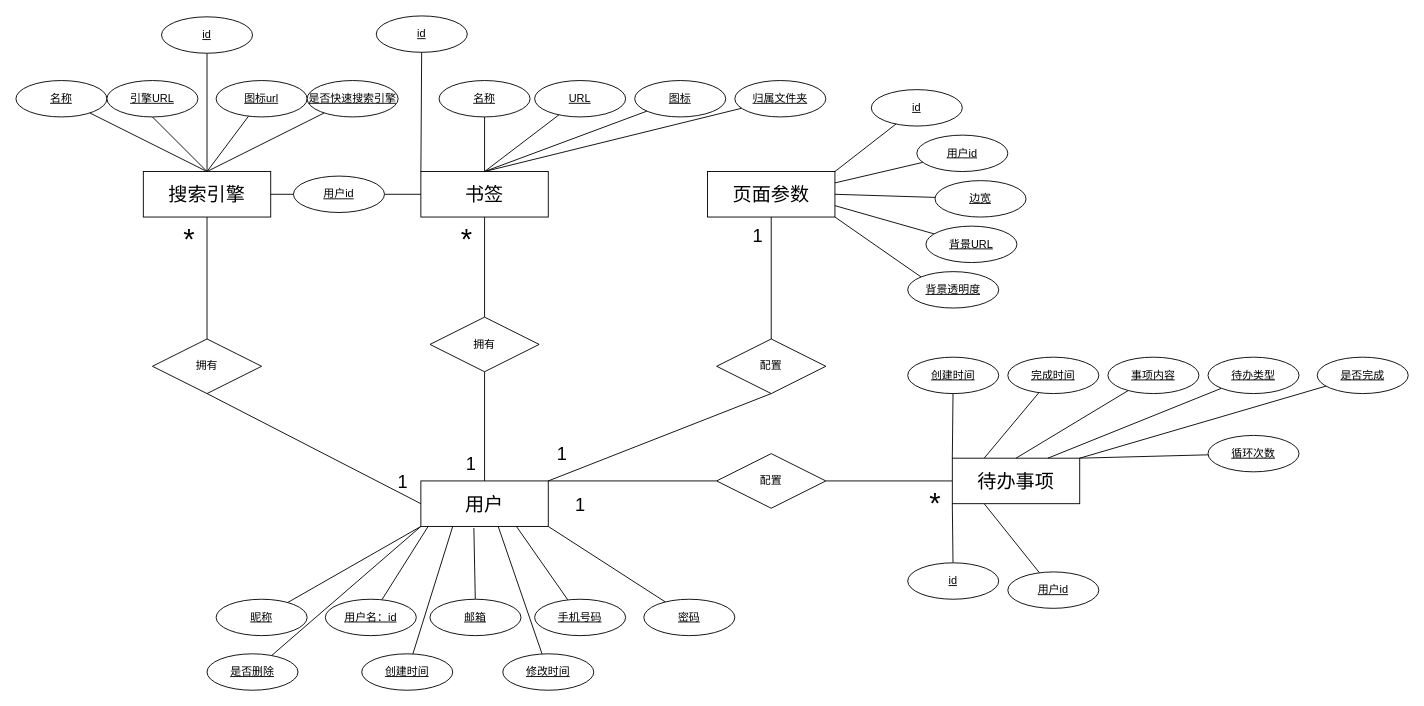
This is mypage数据库的设计图.drawio from yc-2018/yc-page, a draw.io file, before an edit. Source tidied: cells renumbered, new cells numbered last; positions are measured from the earlier drawing's top-left corner, leaving out a move shared by most shapes. Both pictures are drawn from the tidied source at 91%, with x=0, y=0 at pixel (15, 15).
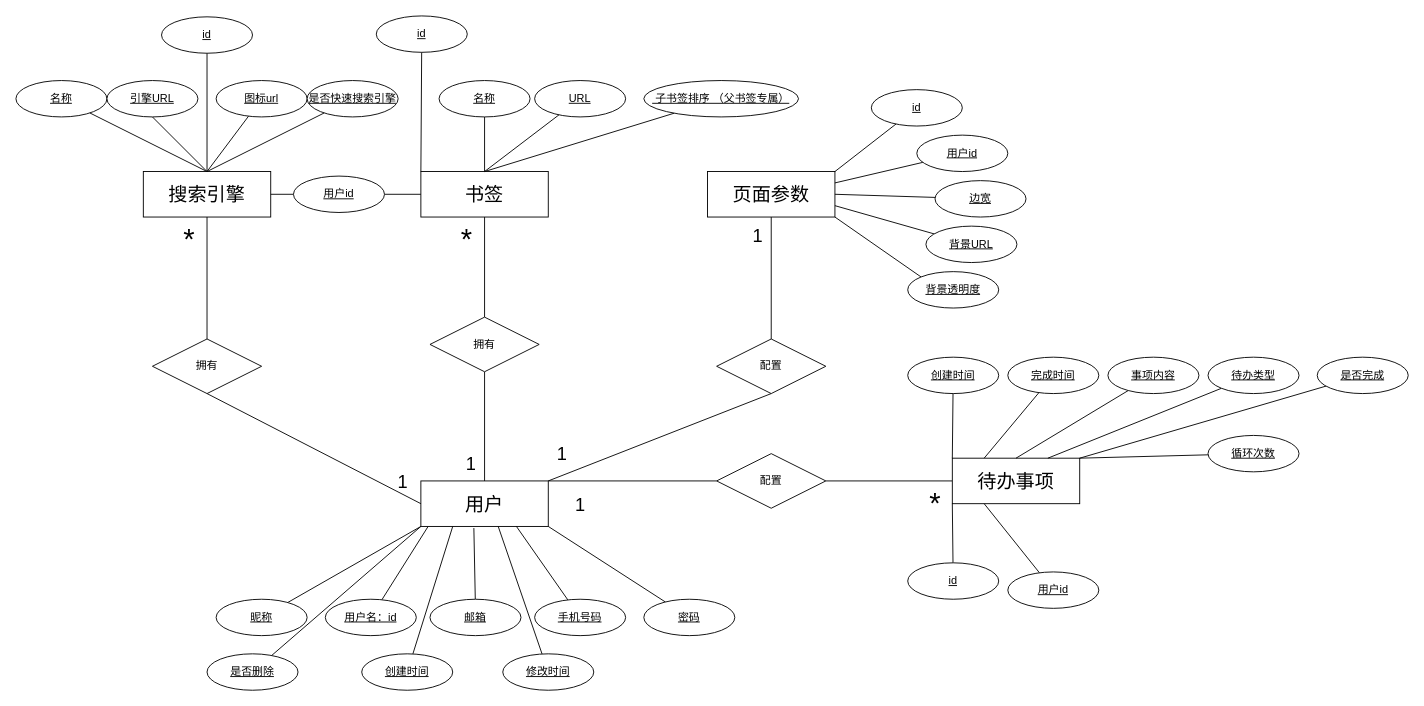
After the change.

Commit message (it also covers changes not shown here):
修改书签类属性

Unchanged cells that the change refers to:
```xml
<mxCell id="2" value="&lt;font style=&quot;font-size: 21px;&quot;&gt;书签&lt;/font&gt;" style="whiteSpace=wrap;html=1;align=center;" parent="1" vertex="1">
  <mxGeometry x="445" y="171" width="140" height="50" as="geometry" />
</mxCell>
```

Diff of the diagram source:
```diff
@@
-    <mxCell id="50" value="图标" style="ellipse;whiteSpace=wrap;html=1;align=center;fontStyle=4;strokeColor=rgb(0, 0, 0);fontFamily=Helvetica;fontSize=12;fontColor=rgb(0, 0, 0);fillColor=rgb(255, 255, 255);" parent="1" vertex="1">
-      <mxGeometry x="680" y="71" width="100" height="40" as="geometry" />
+    <mxCell id="50" value="&amp;nbsp;子书签排序 （父书签专属）" style="ellipse;whiteSpace=wrap;html=1;align=center;fontStyle=4;strokeColor=rgb(0, 0, 0);fontFamily=Helvetica;fontSize=12;fontColor=rgb(0, 0, 0);fillColor=rgb(255, 255, 255);" parent="1" vertex="1">
+      <mxGeometry x="690" y="71" width="170" height="40" as="geometry" />
     </mxCell>
-    <mxCell id="51" style="edgeStyle=none;shape=connector;rounded=0;jettySize=auto;html=1;entryX=0.5;entryY=0;entryDx=0;entryDy=0;labelBackgroundColor=default;strokeColor=default;fontFamily=Helvetica;fontSize=20;fontColor=rgb(0, 0, 0);startArrow=none;startFill=0;endArrow=none;endFill=0;" parent="1" edge="1" source="52" target="2">
-      <mxGeometry relative="1" as="geometry" />
-    </mxCell>
-    <mxCell id="52" value="归属文件夹" style="ellipse;whiteSpace=wrap;html=1;align=center;fontStyle=4;strokeColor=rgb(0, 0, 0);fontFamily=Helvetica;fontSize=12;fontColor=rgb(0, 0, 0);fillColor=rgb(255, 255, 255);" parent="1" vertex="1">
-      <mxGeometry x="790" y="71" width="100" height="40" as="geometry" />
-    </mxCell>
```
